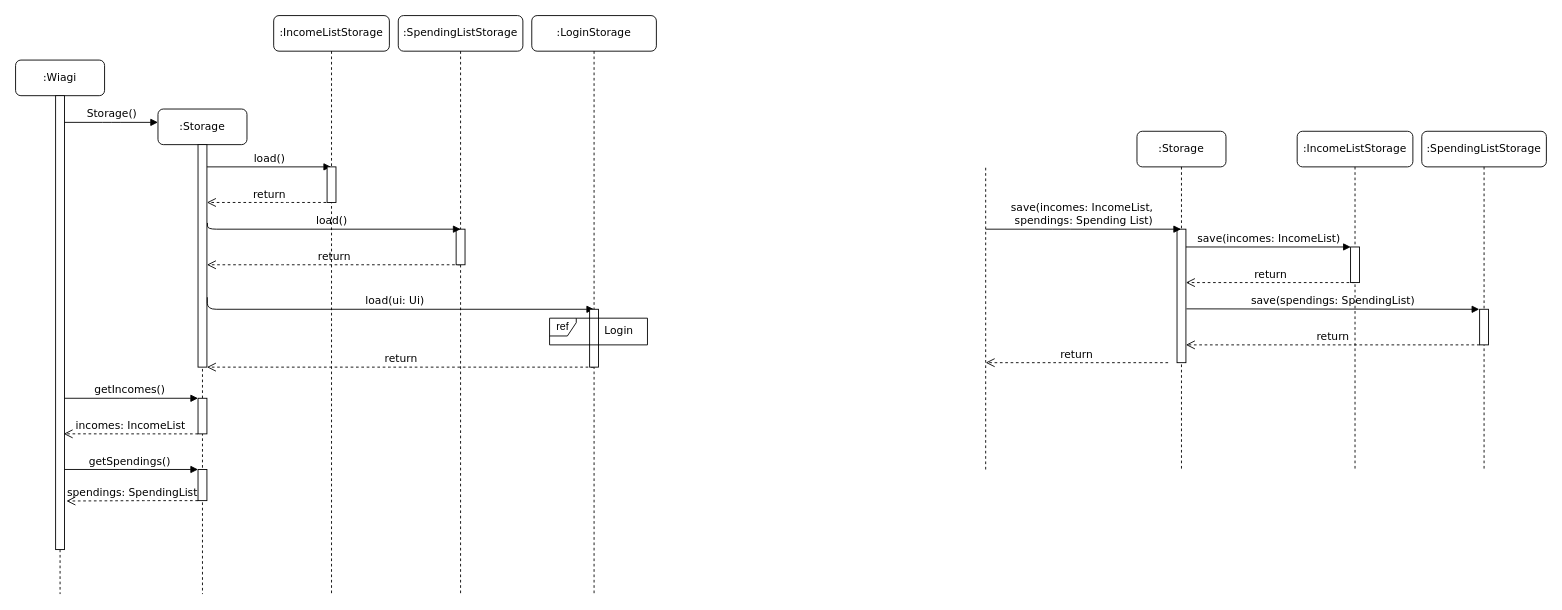
Above: docs/Diagrams/storage.drawio in wongwh2002/CS2113TeamProject (draw.io), before the change. Source tidied: cells renumbered, new cells numbered last; positions are measured from the earlier drawing's top-left corner, leaving out a move shared by most shapes. Both pictures are drawn from the tidied source at 89%, with x=0, y=0 at pixel (15, 15).
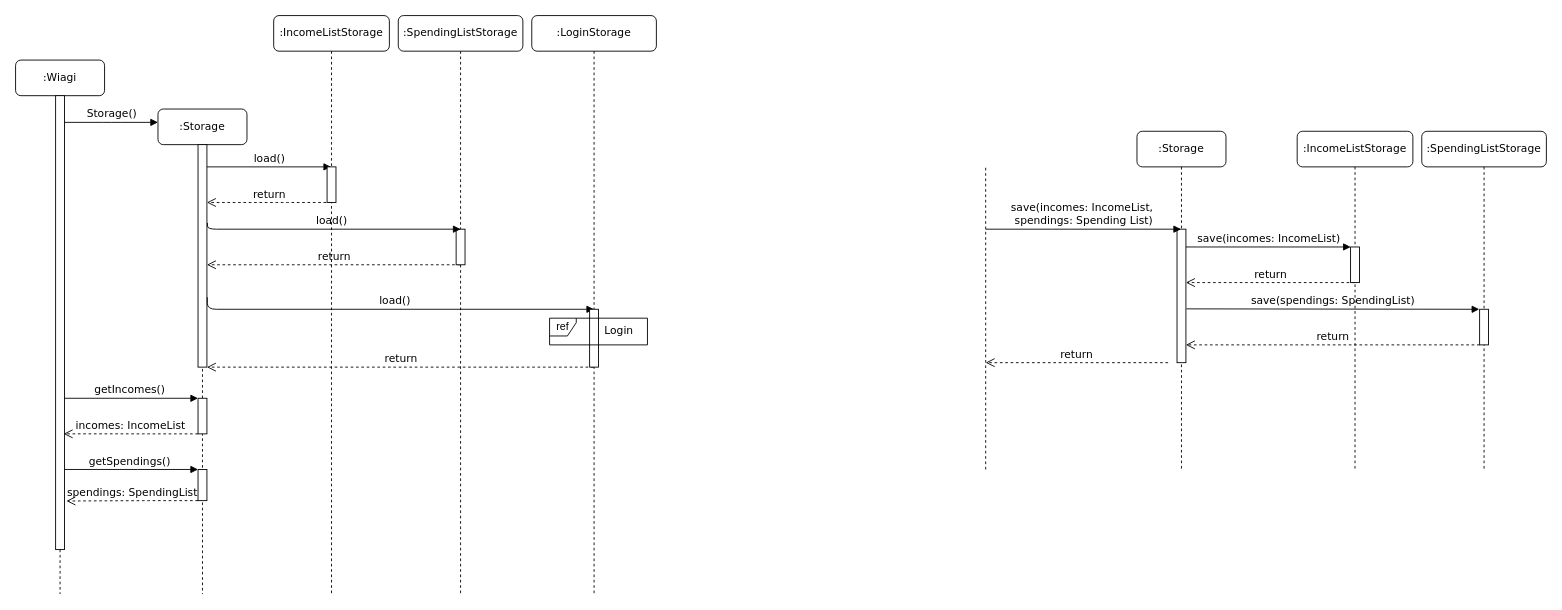
The same diagram, later.

Commit message (it also covers changes not shown here):
Edit error in load sequence diagram

The change refers to these unchanged cells:
```xml
<mxCell id="3" style="html=1;points=[];perimeter=orthogonalPerimeter;rounded=0;shadow=0;comic=0;labelBackgroundColor=none;strokeWidth=1;fontFamily=Verdana;fontSize=12;align=center;" parent="2" vertex="1">
  <mxGeometry x="45" y="40" width="10" height="250" as="geometry" />
</mxCell>
<mxCell id="12" value=":IncomeListStorage" style="shape=umlLifeline;perimeter=lifelinePerimeter;whiteSpace=wrap;html=1;outlineConnect=0;rounded=1;shadow=0;comic=0;labelBackgroundColor=none;strokeWidth=1;fontFamily=Verdana;fontSize=12;align=center;" parent="1" vertex="1">
  <mxGeometry x="290" width="130" height="650" as="geometry" />
</mxCell>
```

The edit, as a diff of the source:
```diff
@@
-    <mxCell id="15" value="load(ui: Ui)" style="html=1;verticalAlign=bottom;endArrow=block;labelBackgroundColor=none;fontFamily=Verdana;fontSize=12;edgeStyle=elbowEdgeStyle;elbow=vertical;exitX=1.045;exitY=0.686;exitDx=0;exitDy=0;exitPerimeter=0;" parent="12" edge="1" source="3">
+    <mxCell id="15" value="load()" style="html=1;verticalAlign=bottom;endArrow=block;labelBackgroundColor=none;fontFamily=Verdana;fontSize=12;edgeStyle=elbowEdgeStyle;elbow=vertical;exitX=1.045;exitY=0.686;exitDx=0;exitDy=0;exitPerimeter=0;" parent="12" edge="1" source="3">
       <mxGeometry relative="1" as="geometry">
         <mxPoint x="360" y="330" as="targetPoint" />
         <Array as="points">
           <mxPoint x="-9.5" y="330" />
           <mxPoint x="146" y="325" />
         </Array>
       </mxGeometry>
     </mxCell>
```
